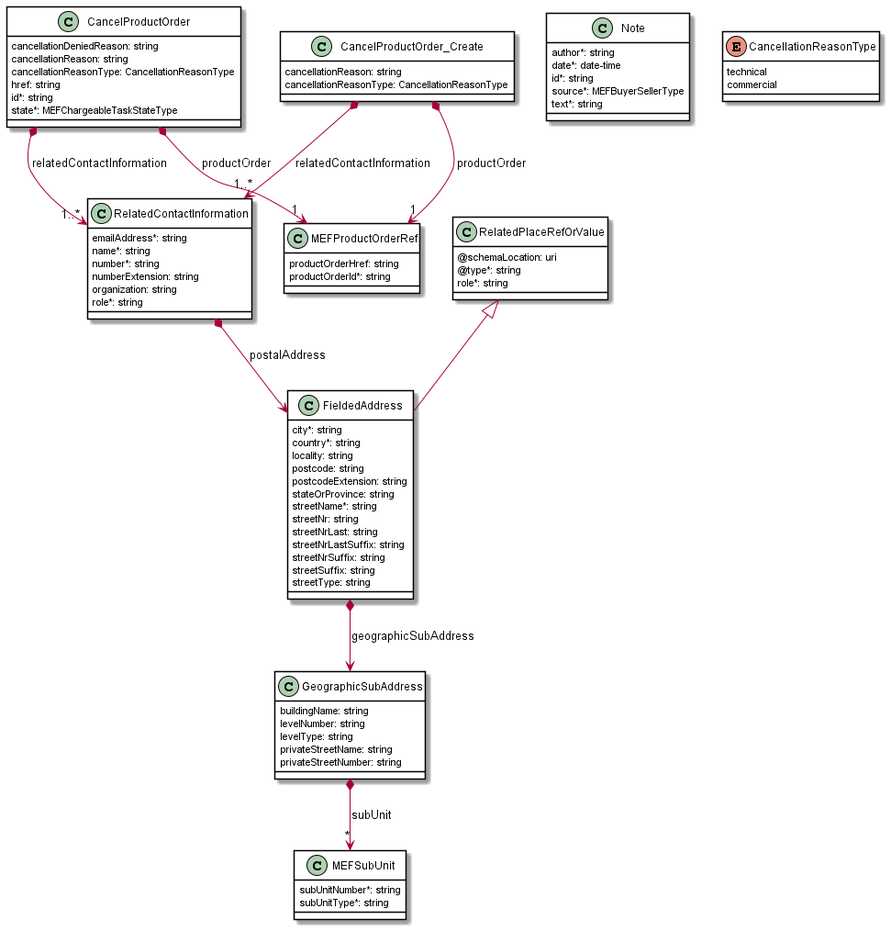
The PlantUML diagram documentation/productApi/order/media/useCase8CancelModel.png in MEF-GIT/MEF-LSO-Sonata-SDK, before a commit.
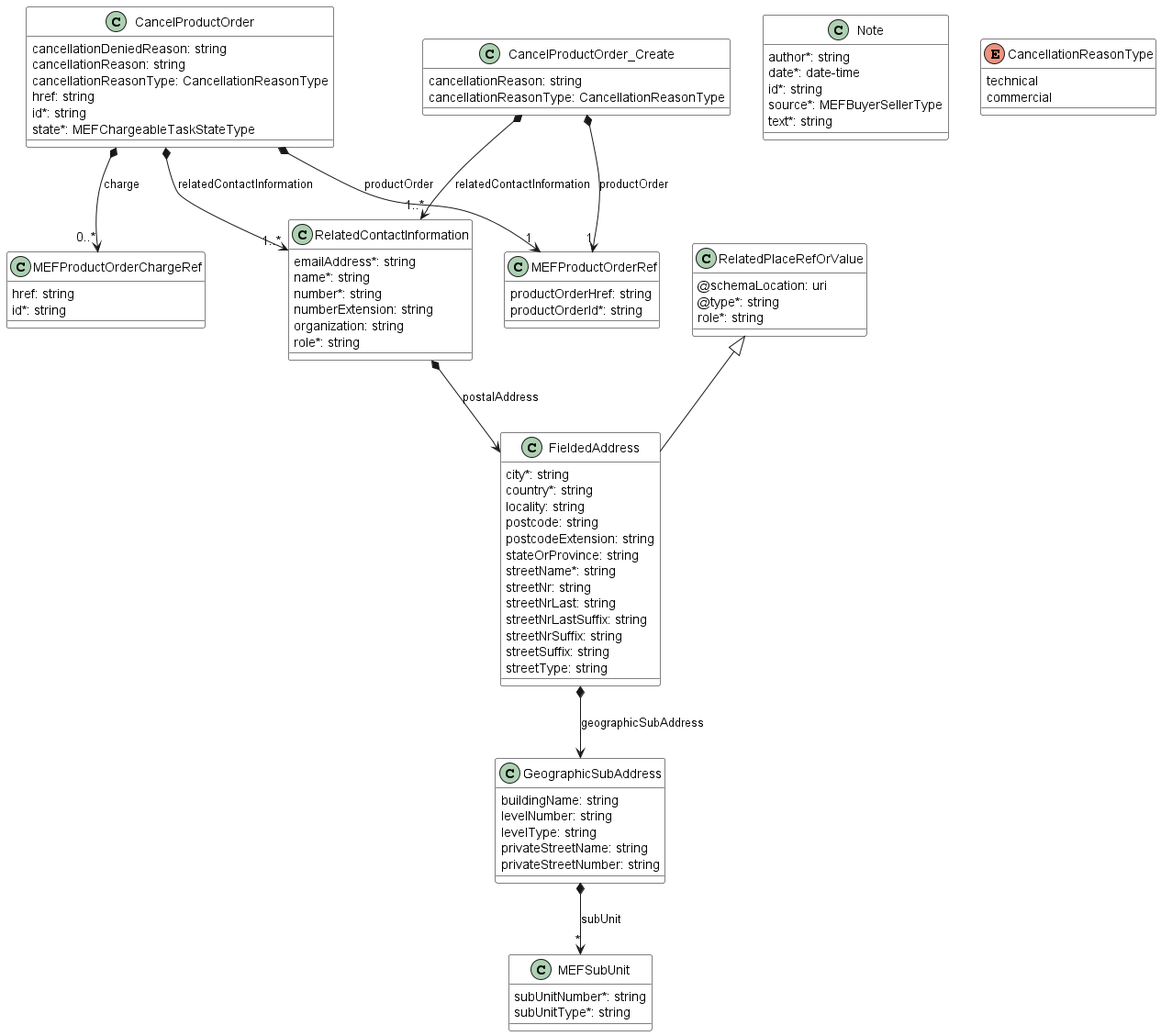
The same file after the commit.

Diff of the diagram source:
```diff
@@ -14,8 +14,16 @@
     state*: MEFChargeableTaskStateType
 }
 
+CancelProductOrder *-->"0..*" MEFProductOrderChargeRef : charge
 CancelProductOrder *-->"1" MEFProductOrderRef : productOrder
 CancelProductOrder *-->"1..*" RelatedContactInformation : relatedContactInformation
+
+class MEFProductOrderChargeRef {
+
+    href: string
+    id*: string
+}
+
 
 class CancelProductOrder_Create {
 
```
